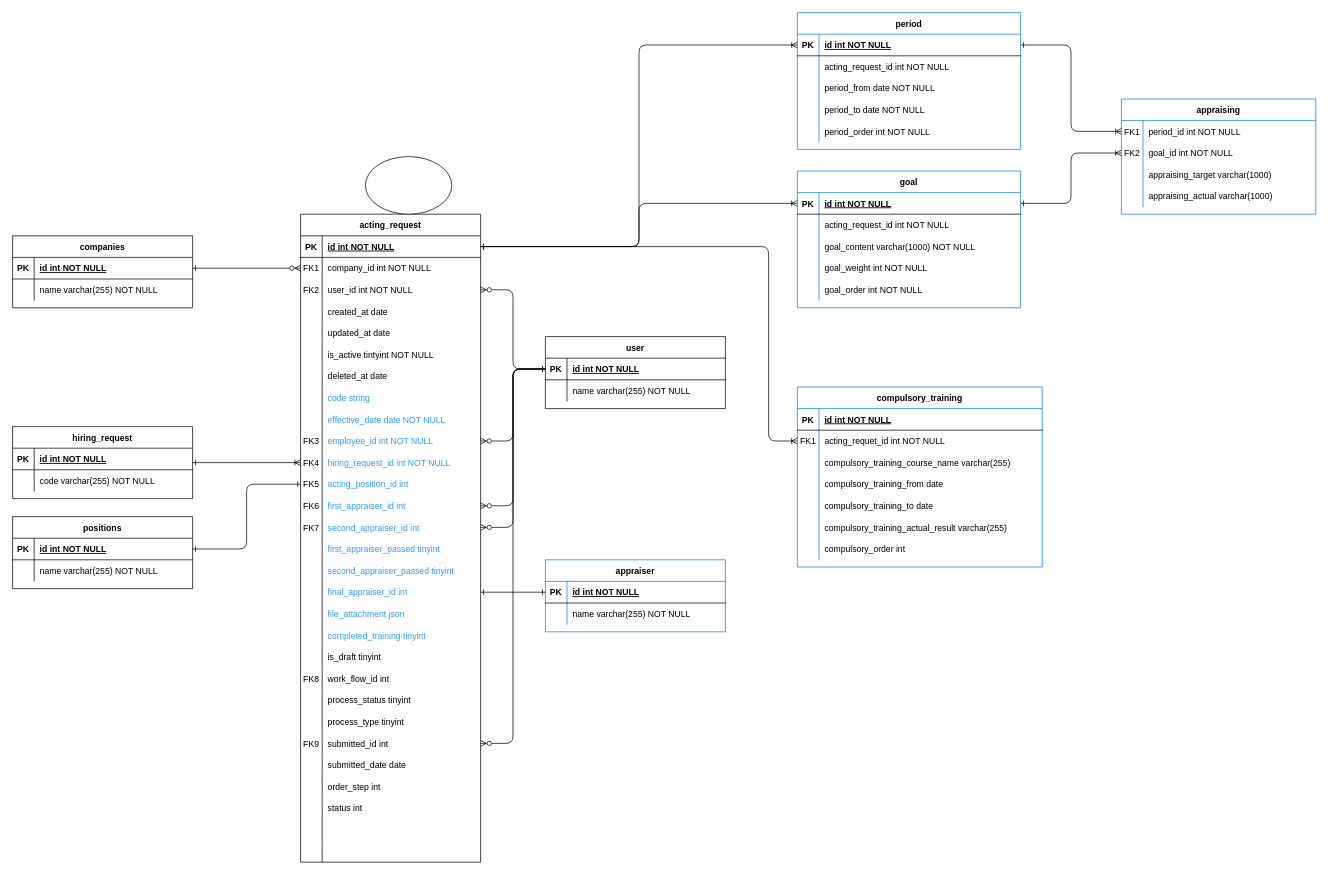
This is Biểu đồ không có tiêu đề.drawio from hienntns/drawio, a draw.io file, before an edit. Source tidied: cells renumbered, new cells numbered last; positions are measured from the earlier drawing's top-left corner, leaving out a move shared by most shapes. Both pictures are drawn from the tidied source at 72%, with x=0, y=0 at pixel (12, 12).
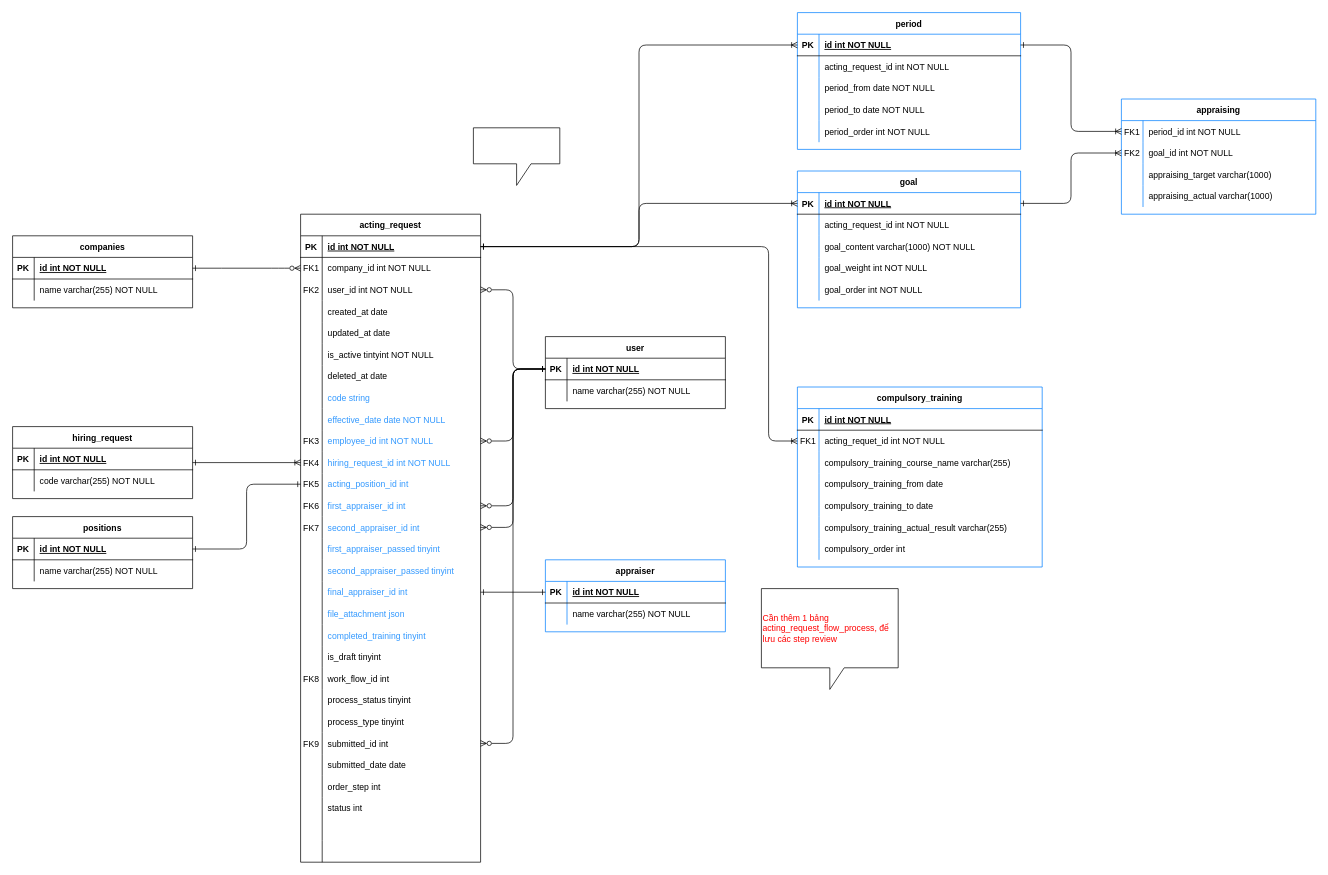
After the change.

The edit, as a diff of the source:
```diff
@@
-    <mxCell id="206" style="ellipse;whiteSpace=wrap;html=1;" parent="1" vertex="1">
-      <mxGeometry x="490" y="200" width="120" height="80" as="geometry" />
-    </mxCell>
+    <mxCell id="207" style="shape=callout;whiteSpace=wrap;html=1;perimeter=calloutPerimeter;" parent="1" vertex="1">
+      <mxGeometry x="640" y="160" width="120" height="80" as="geometry" />
+    </mxCell>
+    <mxCell id="208" value="&lt;font color=&quot;#ff0000&quot;&gt;Cần thêm 1 bảng acting_request_flow_process, để lưu các step review&lt;/font&gt;" style="shape=callout;whiteSpace=wrap;html=1;perimeter=calloutPerimeter;align=left;" parent="1" vertex="1">
+      <mxGeometry x="1040" y="800" width="190" height="140" as="geometry" />
+    </mxCell>
```
